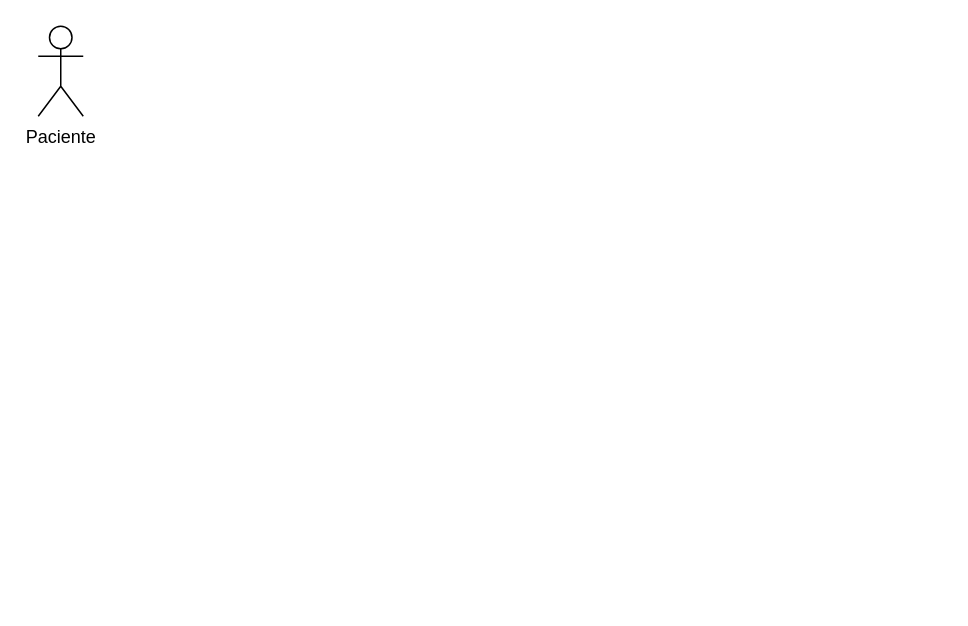
The draw.io diagram sequencias3.drawio in Patadaoikkk/uml, before the edit. Source tidied: cells renumbered, new cells numbered last; positions are measured from the earlier drawing's top-left corner, leaving out a move shared by most shapes. Both pictures are drawn from the tidied source at 150%, with x=0, y=0 at pixel (38, 26).
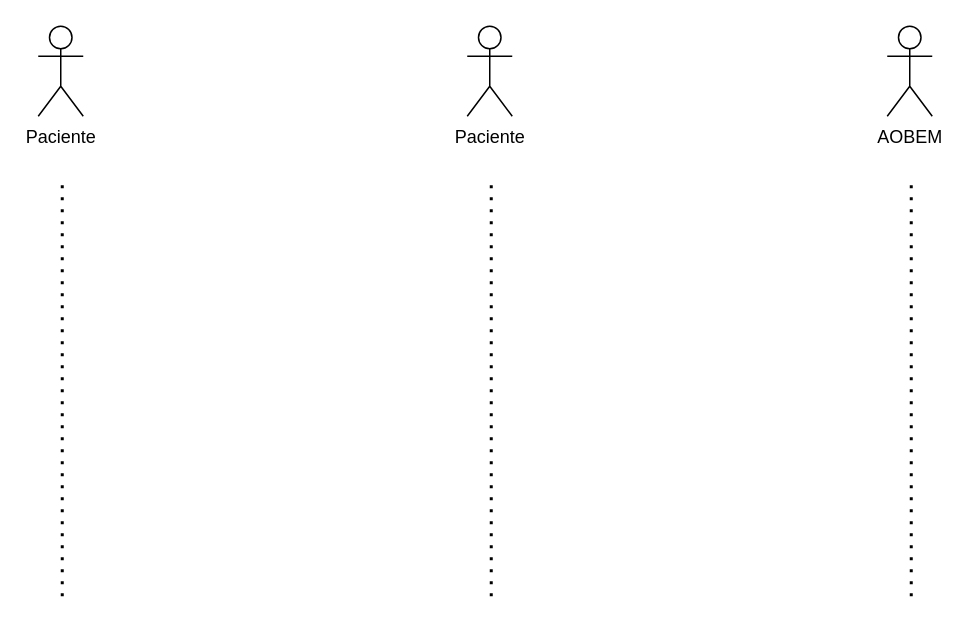
Above is the later version.

What changed in the source:
```diff
@@
 <mxGraphModel>
   <root>
     <mxCell id="0" />
     <mxCell id="1" parent="0" />
     <mxCell id="2" value="Paciente" style="shape=umlActor;verticalLabelPosition=bottom;verticalAlign=top;html=1;" parent="1" vertex="1">
       <mxGeometry width="30" height="60" as="geometry" />
     </mxCell>
+    <mxCell id="3" style="endArrow=none;dashed=1;html=1;dashPattern=1 3;strokeWidth=2;rounded=0;" parent="1" edge="1">
+      <mxGeometry relative="1" as="geometry">
+        <mxPoint x="16" y="380" as="sourcePoint" />
+        <mxPoint x="16" y="100" as="targetPoint" />
+      </mxGeometry>
+    </mxCell>
+    <mxCell id="4" value="Paciente" style="shape=umlActor;verticalLabelPosition=bottom;verticalAlign=top;html=1;" parent="1" vertex="1">
+      <mxGeometry x="286" width="30" height="60" as="geometry" />
+    </mxCell>
+    <mxCell id="5" style="endArrow=none;dashed=1;html=1;dashPattern=1 3;strokeWidth=2;rounded=0;" parent="1" edge="1">
+      <mxGeometry relative="1" as="geometry">
+        <mxPoint x="302" y="380" as="sourcePoint" />
+        <mxPoint x="302" y="100" as="targetPoint" />
+      </mxGeometry>
+    </mxCell>
+    <mxCell id="6" value="AOBEM" style="shape=umlActor;verticalLabelPosition=bottom;verticalAlign=top;html=1;" parent="1" vertex="1">
+      <mxGeometry x="566" width="30" height="60" as="geometry" />
+    </mxCell>
+    <mxCell id="7" style="endArrow=none;dashed=1;html=1;dashPattern=1 3;strokeWidth=2;rounded=0;" parent="1" edge="1">
+      <mxGeometry relative="1" as="geometry">
+        <mxPoint x="582" y="380" as="sourcePoint" />
+        <mxPoint x="582" y="100" as="targetPoint" />
+      </mxGeometry>
+    </mxCell>
   </root>
 </mxGraphModel>
```
